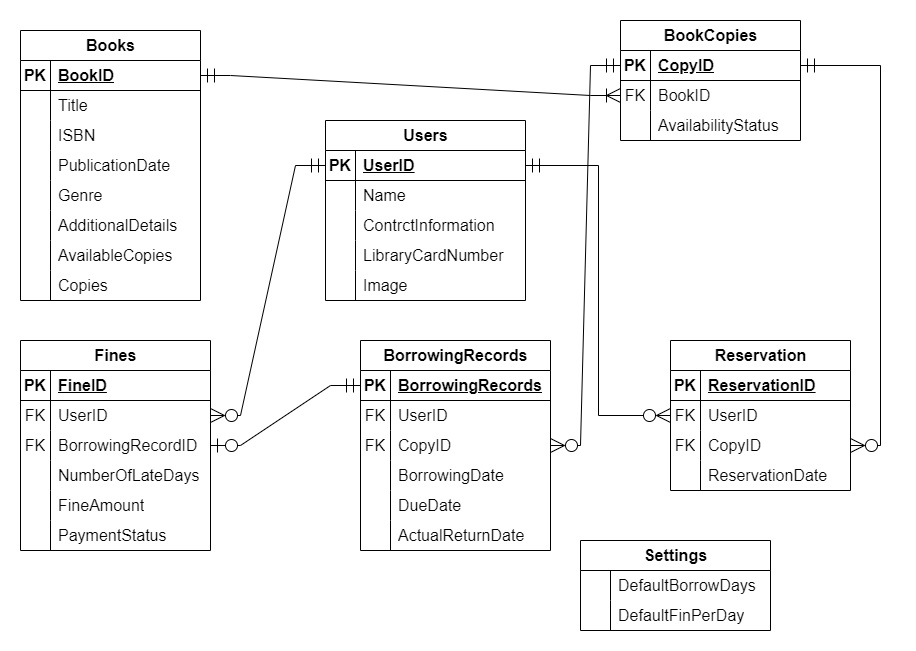
The draw.io diagram Library Relational Schema.png in amineElgaini/LibraryApp, before a commit. Source tidied: cells renumbered, new cells last; positions are measured from the earlier drawing's top-left corner, leaving out a move shared by most shapes.
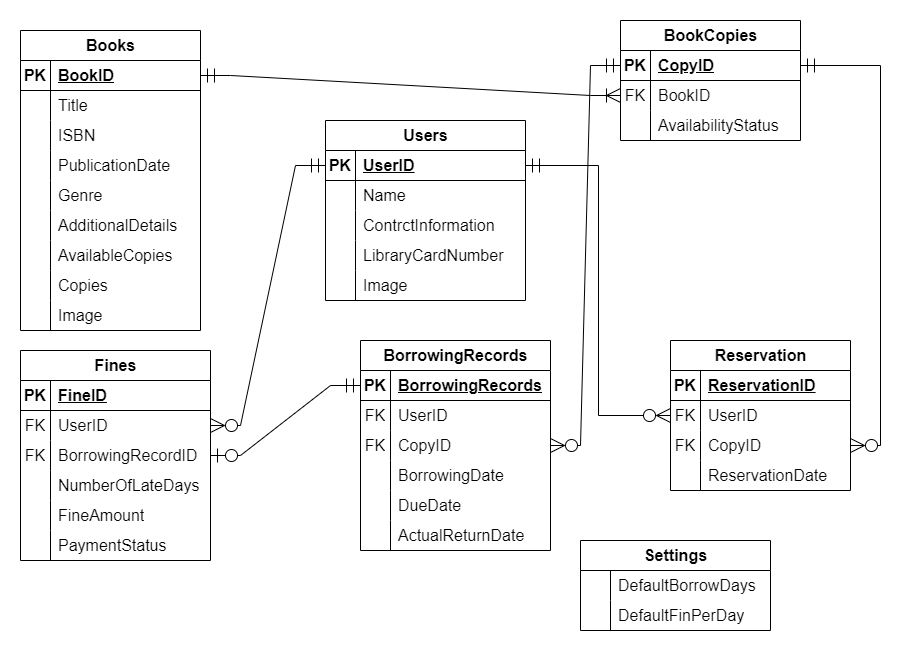
The same file after the commit.

The edit, as a diff of the source:
```diff
@@ -3,7 +3,7 @@
     <mxCell id="0" />
     <mxCell id="1" parent="0" />
     <mxCell id="2" value="Books" style="shape=table;startSize=30;rowLines=0;fontStyle=1;align=center;html=1;fontSize=16;swimlaneLine=1;rounded=0;shadow=0;" parent="1" vertex="1">
-      <mxGeometry y="10" width="180" height="270" as="geometry" />
+      <mxGeometry y="10" width="180" height="300" as="geometry" />
     </mxCell>
     <mxCell id="3" style="shape=tableRow;horizontal=0;startSize=0;swimlaneHead=0;swimlaneBody=0;fillColor=none;points=[[0,0.5],[1,0.5]];portConstraint=eastwest;top=0;left=0;right=0;bottom=1;fontSize=16;" parent="2" vertex="1">
       <mxGeometry y="30" width="180" height="30" as="geometry" />
@@ -77,6 +77,15 @@
     <mxCell id="26" value="Copies" style="shape=partialRectangle;fillColor=none;top=0;left=0;bottom=0;right=0;align=left;spacingLeft=6;overflow=hidden;whiteSpace=wrap;html=1;fontSize=16;" parent="24" vertex="1">
       <mxGeometry x="30" width="150" height="30" as="geometry" />
     </mxCell>
+    <mxCell id="117" style="shape=tableRow;horizontal=0;startSize=0;swimlaneHead=0;swimlaneBody=0;fillColor=none;top=0;left=0;right=0;bottom=0;fontSize=16;" parent="2" vertex="1">
+      <mxGeometry y="270" width="180" height="30" as="geometry" />
+    </mxCell>
+    <mxCell id="118" style="shape=partialRectangle;fillColor=none;top=0;left=0;bottom=0;right=0;overflow=hidden;whiteSpace=wrap;html=1;fontSize=16;" parent="117" vertex="1">
+      <mxGeometry width="30" height="30" as="geometry" />
+    </mxCell>
+    <mxCell id="119" value="Image" style="shape=partialRectangle;fillColor=none;top=0;left=0;bottom=0;right=0;align=left;spacingLeft=6;overflow=hidden;whiteSpace=wrap;html=1;fontSize=16;" parent="117" vertex="1">
+      <mxGeometry x="30" width="150" height="30" as="geometry" />
+    </mxCell>
     <mxCell id="27" value="BookCopies" style="shape=table;startSize=30;rowLines=0;fontStyle=1;align=center;html=1;fontSize=16;fillStyle=auto;gradientColor=none;fillColor=default;" parent="1" vertex="1">
       <mxGeometry x="600" width="180" height="120" as="geometry" />
     </mxCell>
@@ -213,7 +222,7 @@
       <mxGeometry x="30" width="160" height="30" as="geometry" />
     </mxCell>
     <mxCell id="72" value="Fines" style="shape=table;startSize=30;rowLines=0;fontStyle=1;align=center;html=1;fontSize=16;swimlaneLine=1;rounded=0;shadow=0;" parent="1" vertex="1">
-      <mxGeometry y="320" width="190" height="210" as="geometry" />
+      <mxGeometry y="330" width="190" height="210" as="geometry" />
     </mxCell>
     <mxCell id="73" style="shape=tableRow;horizontal=0;startSize=0;swimlaneHead=0;swimlaneBody=0;fillColor=none;top=0;left=0;right=0;bottom=1;fontSize=16;" parent="72" vertex="1">
       <mxGeometry y="30" width="190" height="30" as="geometry" />
```
